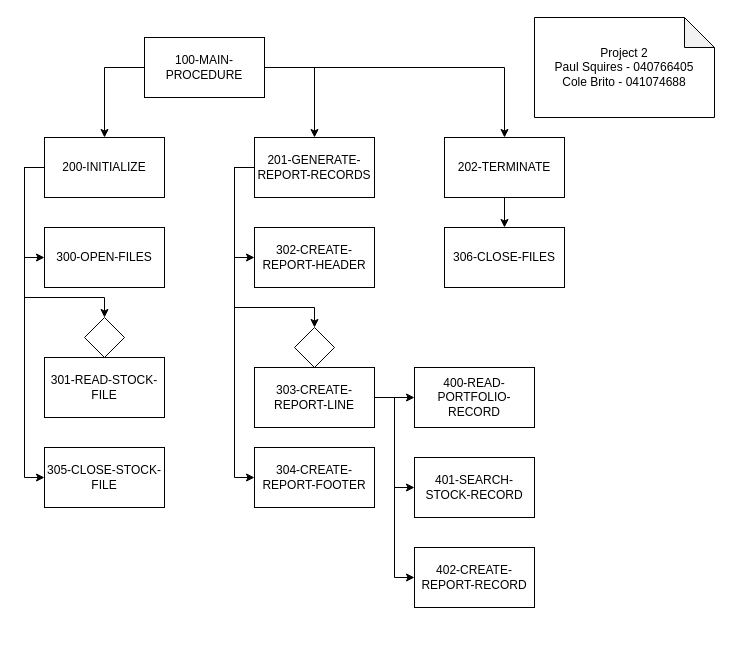
Above: Project2.drawio in Cole-Brito/CST8283 (draw.io), before the change. Source tidied: cells renumbered, new cells numbered last; positions are measured from the earlier drawing's top-left corner, leaving out a move shared by most shapes. Both pictures are drawn from the tidied source at 100%, with x=0, y=0 at pixel (24, 17).
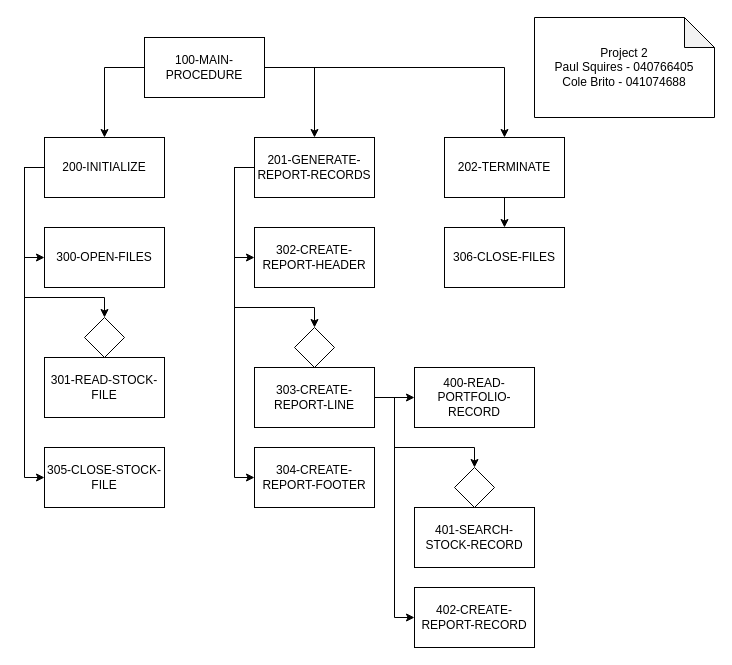
Above is the later version.

Unchanged cells that the change refers to:
```xml
<mxCell id="25" value="303-CREATE-REPORT-LINE" style="rounded=0;whiteSpace=wrap;html=1;" parent="1" vertex="1">
  <mxGeometry x="230" y="350" width="120" height="60" as="geometry" />
</mxCell>
```

The edit, as a diff of the source:
```diff
@@
     <mxCell id="17" value="402-CREATE-REPORT-RECORD" style="rounded=0;whiteSpace=wrap;html=1;" parent="1" vertex="1">
-      <mxGeometry x="390" y="530" width="120" height="60" as="geometry" />
+      <mxGeometry x="390" y="570" width="120" height="60" as="geometry" />
     </mxCell>
@@
-    <mxCell id="24" style="edgeStyle=orthogonalEdgeStyle;rounded=0;jettySize=auto;html=1;exitX=1;exitY=0.5;exitDx=0;exitDy=0;entryX=0;entryY=0.5;entryDx=0;entryDy=0;" parent="1" edge="1" source="25" target="29">
-      <mxGeometry relative="1" as="geometry" />
+    <mxCell id="24" style="edgeStyle=orthogonalEdgeStyle;rounded=0;jettySize=auto;html=1;exitX=1;exitY=0.5;exitDx=0;exitDy=0;entryX=0.5;entryY=0;entryDx=0;entryDy=0;" parent="1" edge="1" source="25" target="32">
+      <mxGeometry relative="1" as="geometry">
+        <Array as="points">
+          <mxPoint x="370" y="380" />
+          <mxPoint x="370" y="430" />
+          <mxPoint x="450" y="430" />
+        </Array>
+      </mxGeometry>
     </mxCell>
@@
     <mxCell id="29" value="401-SEARCH-STOCK-RECORD" style="rounded=0;whiteSpace=wrap;html=1;" parent="1" vertex="1">
-      <mxGeometry x="390" y="440" width="120" height="60" as="geometry" />
+      <mxGeometry x="390" y="490" width="120" height="60" as="geometry" />
     </mxCell>
@@
+    <mxCell id="32" style="rhombus;whiteSpace=wrap;html=1;" parent="1" vertex="1">
+      <mxGeometry x="430" y="450" width="40" height="40" as="geometry" />
+    </mxCell>
```
